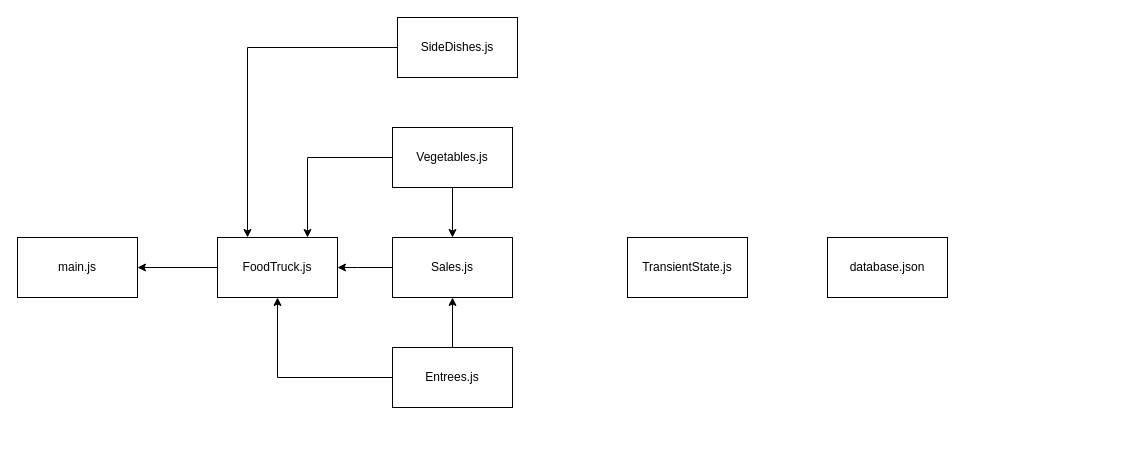
Earlier version of the draw.io diagram diagrams/dependency-diagram.drawio (NSS-Day-Cohort-78/House-of-Hummus-mckenney-leavell). Source tidied: cells renumbered, new cells numbered last; positions are measured from the earlier drawing's top-left corner, leaving out a move shared by most shapes. Both pictures are drawn from the tidied source at 100%, with x=0, y=0 at pixel (17, 17).
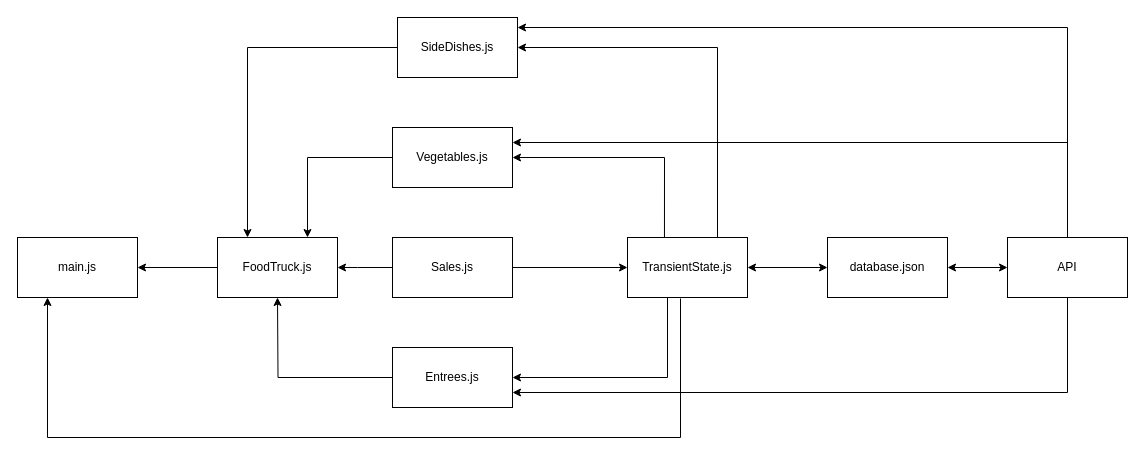
The same page after the edit.

Commit message (it also covers changes not shown here):
diagrams completed

The change refers to these unchanged cells:
```xml
<mxCell id="3" value="SideDishes.js" style="rounded=0;whiteSpace=wrap;html=1;" parent="1" vertex="1">
  <mxGeometry x="380" width="120" height="60" as="geometry" />
</mxCell>
<mxCell id="6" value="Vegetables.js" style="rounded=0;whiteSpace=wrap;html=1;" parent="1" vertex="1">
  <mxGeometry x="375" y="110" width="120" height="60" as="geometry" />
</mxCell>
<mxCell id="9" value="Entrees.js" style="rounded=0;whiteSpace=wrap;html=1;" parent="1" vertex="1">
  <mxGeometry x="375" y="330" width="120" height="60" as="geometry" />
</mxCell>
<mxCell id="11" value="database.json" style="rounded=0;whiteSpace=wrap;html=1;" parent="1" vertex="1">
  <mxGeometry x="810" y="220" width="120" height="60" as="geometry" />
</mxCell>
<mxCell id="13" value="FoodTruck.js" style="rounded=0;whiteSpace=wrap;html=1;" parent="1" vertex="1">
  <mxGeometry x="200" y="220" width="120" height="60" as="geometry" />
</mxCell>
<mxCell id="15" value="Sales.js" style="rounded=0;whiteSpace=wrap;html=1;" parent="1" vertex="1">
  <mxGeometry x="375" y="220" width="120" height="60" as="geometry" />
</mxCell>
<mxCell id="16" value="TransientState.js" style="rounded=0;whiteSpace=wrap;html=1;" parent="1" vertex="1">
  <mxGeometry x="610" y="220" width="120" height="60" as="geometry" />
</mxCell>
```

What changed in the source:
```diff
@@
-    <mxCell id="4" style="edgeStyle=orthogonalEdgeStyle;rounded=0;jettySize=auto;html=1;exitX=0;exitY=0.5;exitDx=0;exitDy=0;" parent="1" edge="1" source="6" target="13">
+    <mxCell id="4" style="edgeStyle=orthogonalEdgeStyle;rounded=0;jettySize=auto;html=1;exitX=0;exitY=0.5;exitDx=0;exitDy=0;entryX=0.75;entryY=0;entryDx=0;entryDy=0;" parent="1" edge="1" source="6" target="13">
       <mxGeometry relative="1" as="geometry">
         <Array as="points">
           <mxPoint x="290" y="140" />
         </Array>
       </mxGeometry>
     </mxCell>
-    <mxCell id="5" style="edgeStyle=orthogonalEdgeStyle;rounded=0;jettySize=auto;html=1;" parent="1" edge="1" source="6" target="15">
-      <mxGeometry relative="1" as="geometry" />
-    </mxCell>
@@
-    <mxCell id="7" style="edgeStyle=orthogonalEdgeStyle;rounded=0;jettySize=auto;html=1;entryX=0.5;entryY=1;entryDx=0;entryDy=0;exitX=0;exitY=0.5;exitDx=0;exitDy=0;" parent="1" edge="1" source="9" target="13">
-      <mxGeometry relative="1" as="geometry">
-        <Array as="points">
-          <mxPoint x="260" y="360" />
-        </Array>
-      </mxGeometry>
-    </mxCell>
-    <mxCell id="8" style="edgeStyle=orthogonalEdgeStyle;rounded=0;jettySize=auto;html=1;entryX=0.5;entryY=1;entryDx=0;entryDy=0;" parent="1" edge="1" source="9" target="15">
-      <mxGeometry relative="1" as="geometry" />
-    </mxCell>
@@
+    <mxCell id="17" style="edgeStyle=orthogonalEdgeStyle;rounded=0;jettySize=auto;html=1;entryX=1;entryY=0.5;entryDx=0;entryDy=0;startArrow=classic;startFill=1;" parent="1" edge="1" source="11" target="16">
+      <mxGeometry relative="1" as="geometry" />
+    </mxCell>
+    <mxCell id="18" style="edgeStyle=orthogonalEdgeStyle;rounded=0;jettySize=auto;html=1;entryX=0;entryY=0.5;entryDx=0;entryDy=0;startArrow=classic;startFill=1;" parent="1" edge="1" source="11" target="27">
+      <mxGeometry relative="1" as="geometry" />
+    </mxCell>
@@
+    <mxCell id="19" style="edgeStyle=orthogonalEdgeStyle;rounded=0;jettySize=auto;html=1;entryX=0;entryY=0.5;entryDx=0;entryDy=0;" parent="1" edge="1" source="15" target="16">
+      <mxGeometry relative="1" as="geometry" />
+    </mxCell>
@@
+    <mxCell id="20" style="edgeStyle=orthogonalEdgeStyle;rounded=0;jettySize=auto;html=1;entryX=1;entryY=0.5;entryDx=0;entryDy=0;exitX=0.325;exitY=0.983;exitDx=0;exitDy=0;exitPerimeter=0;" parent="1" edge="1" source="16" target="9">
+      <mxGeometry relative="1" as="geometry">
+        <Array as="points">
+          <mxPoint x="649" y="280" />
+          <mxPoint x="650" y="280" />
+          <mxPoint x="650" y="360" />
+        </Array>
+      </mxGeometry>
+    </mxCell>
+    <mxCell id="21" style="edgeStyle=orthogonalEdgeStyle;rounded=0;jettySize=auto;html=1;entryX=1;entryY=0.5;entryDx=0;entryDy=0;exitX=0.308;exitY=0;exitDx=0;exitDy=0;exitPerimeter=0;" parent="1" edge="1" source="16" target="6">
+      <mxGeometry relative="1" as="geometry" />
+    </mxCell>
+    <mxCell id="22" style="edgeStyle=orthogonalEdgeStyle;rounded=0;jettySize=auto;html=1;entryX=1;entryY=0.5;entryDx=0;entryDy=0;exitX=0.75;exitY=0;exitDx=0;exitDy=0;" parent="1" edge="1" source="16" target="3">
+      <mxGeometry relative="1" as="geometry" />
+    </mxCell>
+    <mxCell id="23" style="edgeStyle=orthogonalEdgeStyle;rounded=0;orthogonalLoop=1;jettySize=auto;html=1;entryX=0.5;entryY=1;entryDx=0;entryDy=0;exitX=0.692;exitY=1.017;exitDx=0;exitDy=0;exitPerimeter=0;" parent="1" edge="1">
+      <mxGeometry relative="1" as="geometry">
+        <mxPoint x="663" y="281" as="sourcePoint" />
+        <mxPoint x="30" y="280" as="targetPoint" />
+        <Array as="points">
+          <mxPoint x="663" y="420" />
+          <mxPoint x="30" y="420" />
+        </Array>
+      </mxGeometry>
+    </mxCell>
@@
+    <mxCell id="24" style="edgeStyle=orthogonalEdgeStyle;rounded=0;jettySize=auto;html=1;exitX=0.5;exitY=0;exitDx=0;exitDy=0;" parent="1" edge="1" source="27">
+      <mxGeometry relative="1" as="geometry">
+        <mxPoint x="500" y="10" as="targetPoint" />
+        <Array as="points">
+          <mxPoint x="1050" y="10" />
+          <mxPoint x="500" y="10" />
+        </Array>
+      </mxGeometry>
+    </mxCell>
+    <mxCell id="25" style="edgeStyle=orthogonalEdgeStyle;rounded=0;jettySize=auto;html=1;entryX=1;entryY=0.25;entryDx=0;entryDy=0;exitX=0.5;exitY=0;exitDx=0;exitDy=0;" parent="1" edge="1" source="27" target="6">
+      <mxGeometry relative="1" as="geometry">
+        <Array as="points">
+          <mxPoint x="1050" y="125" />
+        </Array>
+      </mxGeometry>
+    </mxCell>
+    <mxCell id="26" style="edgeStyle=orthogonalEdgeStyle;rounded=0;jettySize=auto;html=1;entryX=1;entryY=0.75;entryDx=0;entryDy=0;" parent="1" edge="1" source="27" target="9">
+      <mxGeometry relative="1" as="geometry">
+        <Array as="points">
+          <mxPoint x="1050" y="375" />
+        </Array>
+      </mxGeometry>
+    </mxCell>
+    <mxCell id="27" value="API" style="rounded=0;whiteSpace=wrap;html=1;" parent="1" vertex="1">
+      <mxGeometry x="990" y="220" width="120" height="60" as="geometry" />
+    </mxCell>
+    <mxCell id="28" style="edgeStyle=orthogonalEdgeStyle;rounded=0;jettySize=auto;html=1;entryX=0.625;entryY=1.05;entryDx=0;entryDy=0;entryPerimeter=0;exitX=0;exitY=0.5;exitDx=0;exitDy=0;" parent="1" edge="1" source="9">
+      <mxGeometry relative="1" as="geometry">
+        <mxPoint x="260" y="280" as="targetPoint" />
+      </mxGeometry>
+    </mxCell>
```
